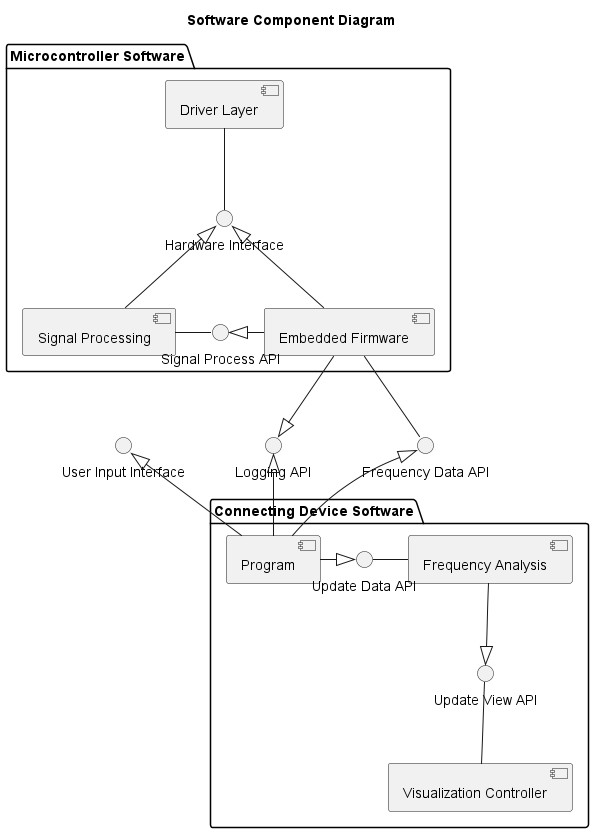
Team6-SixSense/audio360 keeps this PlantUML diagram as docs/SRS/diagrams/s1_component_diagram.png. Above is the earlier version. The source it was exported from:
```plantuml
@startuml
title Software Component Diagram

interface "Frequency Data API" as FreqDataAPI
interface "Logging API" as Logging
interface "User Input Interface" as UserInputInterface

package "Microcontroller Software" {
    component "Embedded Firmware" as Firmware
    component "Driver Layer" as Drivers
    component "Signal Processing" as SignalProcessing

    interface "Hardware Interface" as HardwareInterface
    interface "Signal Process API" as SignalProcessAPI

    Firmware -up-|> HardwareInterface
    Drivers -down- HardwareInterface
    Firmware -left-|> SignalProcessAPI
    SignalProcessing -right- SignalProcessAPI
    SignalProcessing -up-|> HardwareInterface

    Firmware -down- FreqDataAPI
    Firmware -down-|> Logging
}

package "Connecting Device Software" {
    component "Program" as Program
    component "Frequency Analysis" as FreqAnalysis
    component "Visualization Controller" as VizController

    interface "Update Data API" as UpdateData
    interface "Update View API" as UpdateView

    FreqAnalysis -down-|> UpdateView
    VizController -up- UpdateView
    Program -right-|> UpdateData
    FreqAnalysis -left- UpdateData
    Program -up-|> FreqDataAPI
    Program -up-|> UserInputInterface
    Program -up-|> Logging
}

@enduml
```
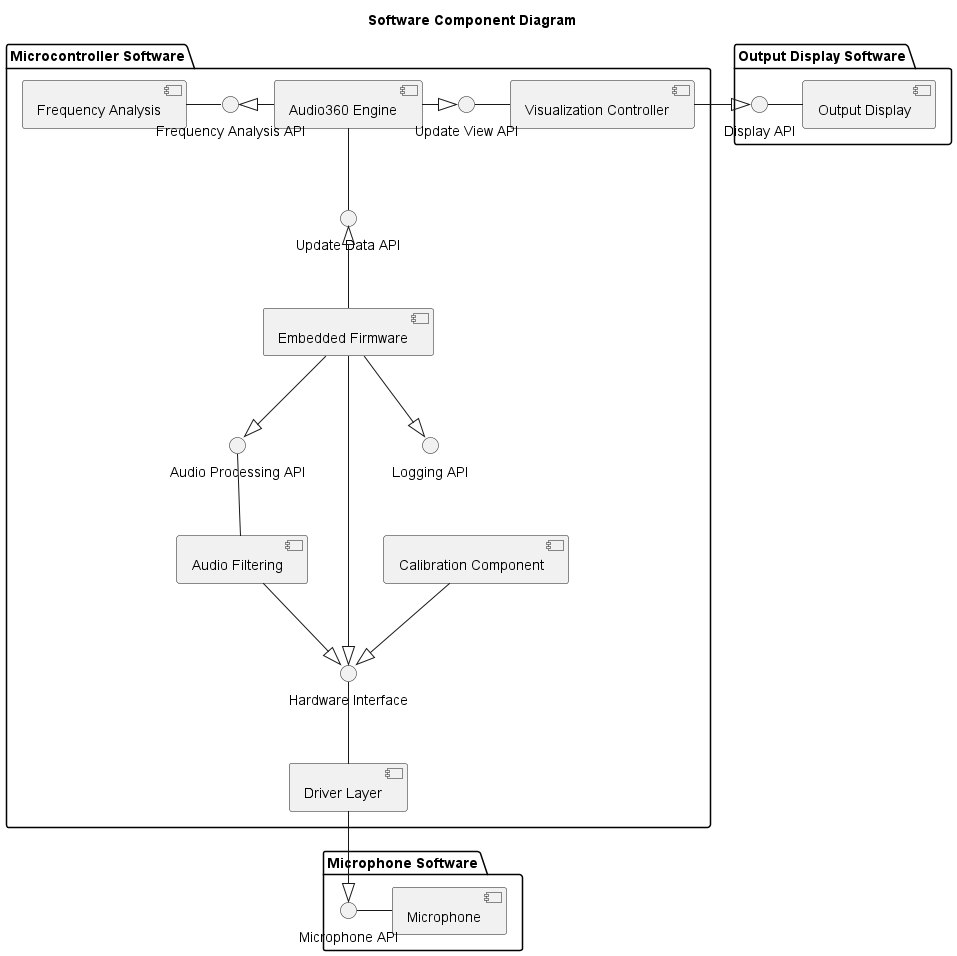
After the change.

Commit message:
[119] Refinement of software component diagram

Diff of the diagram source:
```diff
@@ -1,43 +1,60 @@
-@startuml
+@startuml software_component_diagram
 title Software Component Diagram
 
-interface "Frequency Data API" as FreqDataAPI
-interface "Logging API" as Logging
-interface "User Input Interface" as UserInputInterface
+package "Microphone Software" {
+    component "Microphone" as Microphone
+
+    interface "Microphone API" as MicrophoneAPI
+
+    Microphone -left- MicrophoneAPI
+}
+
+package "Output Display Software" {
+    component "Output Display" as OutputDisplay
+
+    interface "Display API" as DisplayAPI
+
+    OutputDisplay -left- DisplayAPI
+}
 
 package "Microcontroller Software" {
     component "Embedded Firmware" as Firmware
     component "Driver Layer" as Drivers
-    component "Signal Processing" as SignalProcessing
-
-    interface "Hardware Interface" as HardwareInterface
-    interface "Signal Process API" as SignalProcessAPI
-
-    Firmware -up-|> HardwareInterface
-    Drivers -down- HardwareInterface
-    Firmware -left-|> SignalProcessAPI
-    SignalProcessing -right- SignalProcessAPI
-    SignalProcessing -up-|> HardwareInterface
-
-    Firmware -down- FreqDataAPI
-    Firmware -down-|> Logging
-}
-
-package "Connecting Device Software" {
-    component "Program" as Program
+    component "Audio Filtering" as AudioFiltering
+    component "Calibration Component" as Calibration
+    component "Audio360 Engine" as Engine
     component "Frequency Analysis" as FreqAnalysis
     component "Visualization Controller" as VizController
 
+    interface "Hardware Interface" as HardwareInterface
+    interface "Audio Processing API" as AudioProcessAPI
     interface "Update Data API" as UpdateData
+    interface "Frequency Analysis API" as RunAnalysis
     interface "Update View API" as UpdateView
+    interface "Logging API" as Logging
 
-    FreqAnalysis -down-|> UpdateView
-    VizController -up- UpdateView
-    Program -right-|> UpdateData
-    FreqAnalysis -left- UpdateData
-    Program -up-|> FreqDataAPI
-    Program -up-|> UserInputInterface
-    Program -up-|> Logging
+    Drivers -up- HardwareInterface
+    Firmware --|> HardwareInterface
+    AudioFiltering --|> HardwareInterface
+    Calibration --|> HardwareInterface
+
+    AudioFiltering -up- AudioProcessAPI
+    Firmware -down-|> AudioProcessAPI
+
+    Engine -down- UpdateData
+    Firmware -up-|> UpdateData
+
+    VizController -left- UpdateView
+    Engine -right-|> UpdateView
+
+    FreqAnalysis -right- RunAnalysis
+    Engine -left-|> RunAnalysis
+
+    Firmware --|> Logging
+
+    VizController -right-|> DisplayAPI
+
+    Drivers -down-|> MicrophoneAPI
 }
 
 @enduml
```
